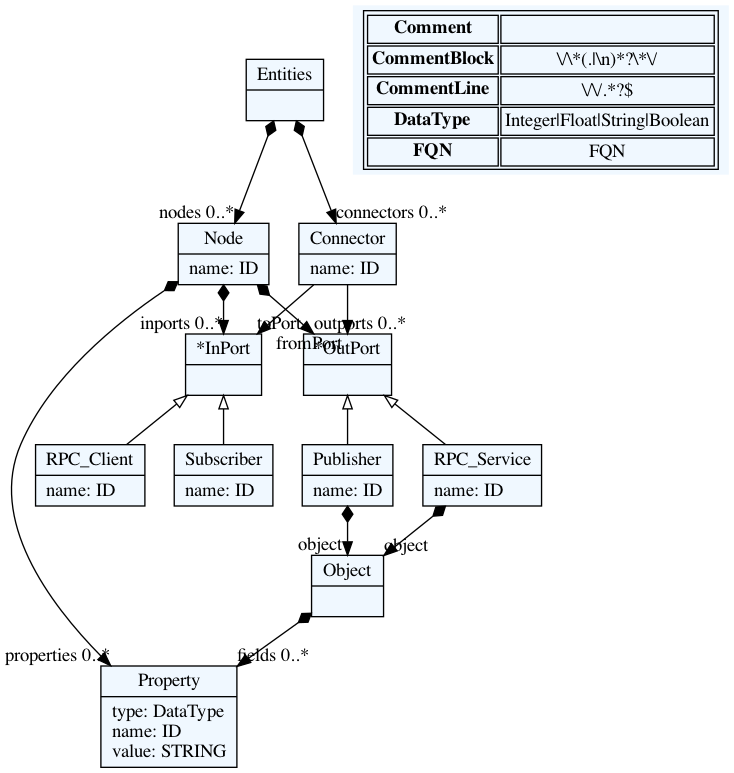
Earlier version of the Graphviz export nodem/models/grammar.dot.png (xanthoko/meco). Its source is kept beside it as nodem/models/grammar.dot.
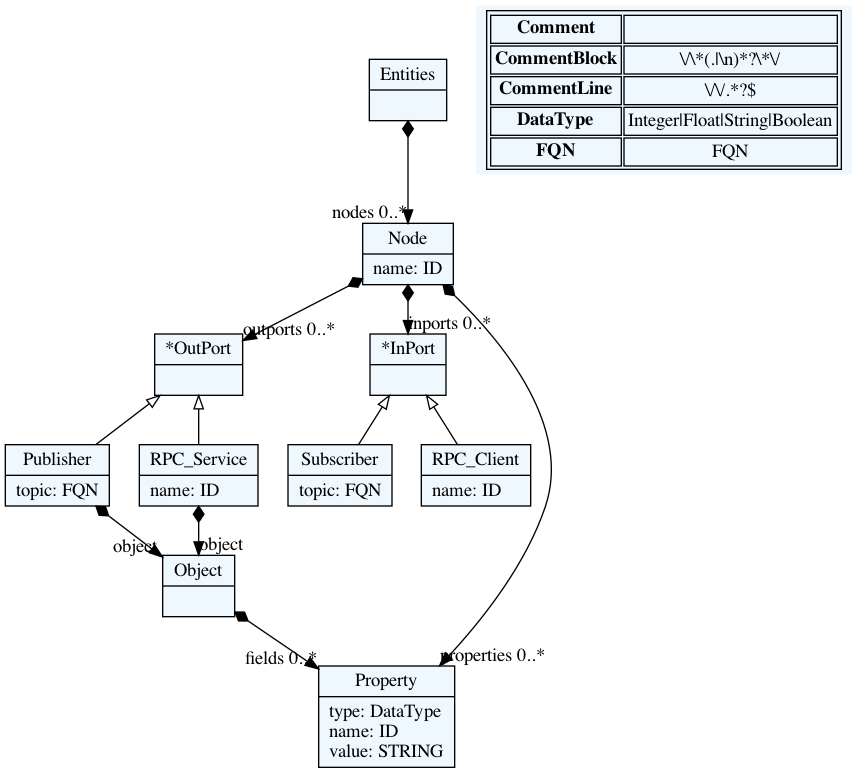
Later version of the same file.

Commit message:
💡 Add topic field in subscribers and publishers and remove the connector entity

The edit, as a diff of the source:
```diff
@@ -10,44 +10,39 @@
     edge[dir=black,arrowtail=empty]
 
 
-140730886563024[ label="{Entities|}"]
+140367404530848[ label="{Entities|}"]
 
-140730886567040[ label="{Node|name: ID\l}"]
+140367404534864[ label="{Node|name: ID\l}"]
 
-140730886571024[ label="{*OutPort|}"]
+140367404538272[ label="{*OutPort|}"]
 
-140730886574432[ label="{Publisher|name: ID\l}"]
+140367404541680[ label="{Publisher|topic: FQN\l}"]
 
-140730886573488[ label="{RPC_Service|name: ID\l}"]
+140367404545088[ label="{RPC_Service|name: ID\l}"]
 
-140730886577840[ label="{*InPort|}"]
+140367404548496[ label="{*InPort|}"]
 
-140730886581248[ label="{Subscriber|name: ID\l}"]
+140367404547552[ label="{Subscriber|topic: FQN\l}"]
 
-140730886584656[ label="{RPC_Client|name: ID\l}"]
+140367404533920[ label="{RPC_Client|name: ID\l}"]
 
-140730886588064[ label="{Object|}"]
+140367404553792[ label="{Object|}"]
 
-140730886591472[ label="{Property|type: DataType\lname: ID\lvalue: STRING\l}"]
-
-140730886598864[ label="{Connector|name: ID\l}"]
+140367404557200[ label="{Property|type: DataType\lname: ID\lvalue: STRING\l}"]
 
 
 
-140730886563024 -> 140730886567040[arrowtail=diamond, dir=both, headlabel="nodes 0..*"]
-140730886563024 -> 140730886598864[arrowtail=diamond, dir=both, headlabel="connectors 0..*"]
-140730886567040 -> 140730886591472[arrowtail=diamond, dir=both, headlabel="properties 0..*"]
-140730886567040 -> 140730886571024[arrowtail=diamond, dir=both, headlabel="outports 0..*"]
-140730886567040 -> 140730886577840[arrowtail=diamond, dir=both, headlabel="inports 0..*"]
-140730886571024 -> 140730886574432 [dir=back]
-140730886571024 -> 140730886573488 [dir=back]
-140730886574432 -> 140730886588064[arrowtail=diamond, dir=both, headlabel="object "]
-140730886573488 -> 140730886588064[arrowtail=diamond, dir=both, headlabel="object "]
-140730886577840 -> 140730886581248 [dir=back]
-140730886577840 -> 140730886584656 [dir=back]
-140730886588064 -> 140730886591472[arrowtail=diamond, dir=both, headlabel="fields 0..*"]
-140730886598864 -> 140730886571024[headlabel="fromPort "]
-140730886598864 -> 140730886577840[headlabel="toPort "]
+140367404530848 -> 140367404534864[arrowtail=diamond, dir=both, headlabel="nodes 0..*"]
+140367404534864 -> 140367404557200[arrowtail=diamond, dir=both, headlabel="properties 0..*"]
+140367404534864 -> 140367404538272[arrowtail=diamond, dir=both, headlabel="outports 0..*"]
+140367404534864 -> 140367404548496[arrowtail=diamond, dir=both, headlabel="inports 0..*"]
+140367404538272 -> 140367404541680 [dir=back]
+140367404538272 -> 140367404545088 [dir=back]
+140367404541680 -> 140367404553792[arrowtail=diamond, dir=both, headlabel="object "]
+140367404545088 -> 140367404553792[arrowtail=diamond, dir=both, headlabel="object "]
+140367404548496 -> 140367404547552 [dir=back]
+140367404548496 -> 140367404533920 [dir=back]
+140367404553792 -> 140367404557200[arrowtail=diamond, dir=both, headlabel="fields 0..*"]
 match_rules [ shape=plaintext, label=< <table>
 	<tr>
 		<td><b>Comment</b></td><td></td>
```
